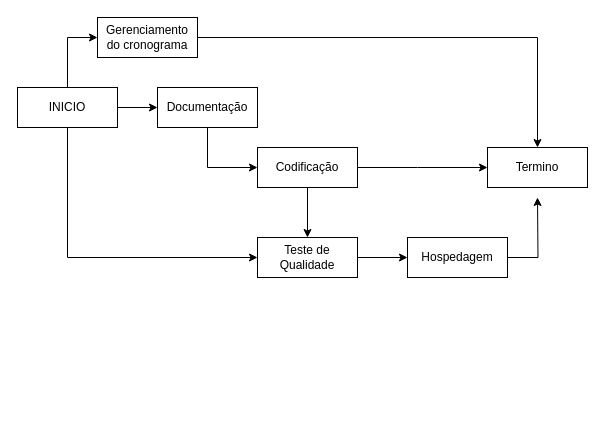
The draw.io diagram page "Page-1" (1 of 2) of Diagrama de Precedencia_DW.drawio in GabrielMaxMaia/Service-PIIV, before the edit. Source tidied: cells renumbered, new cells numbered last; positions are measured from the earlier drawing's top-left corner, leaving out a move shared by most shapes. Both pictures are drawn from the tidied source at 100%, with x=0, y=0 at pixel (17, 17).
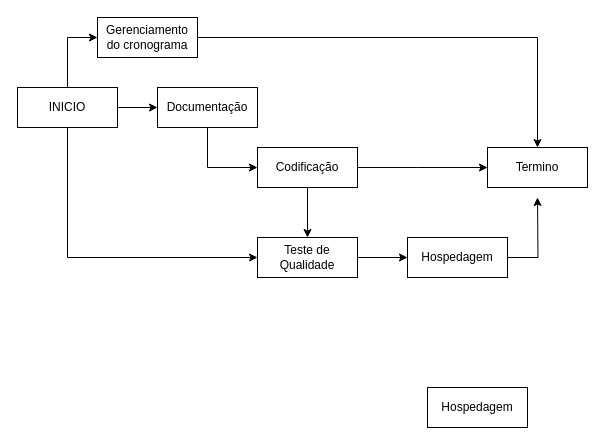
The same page after the edit.

Diff of the diagram source:
```diff
@@
+    <mxCell id="18" value="Hospedagem" style="rounded=0;whiteSpace=wrap;html=1;" parent="1" vertex="1">
+      <mxGeometry x="410" y="370" width="100" height="40" as="geometry" />
+    </mxCell>
```
